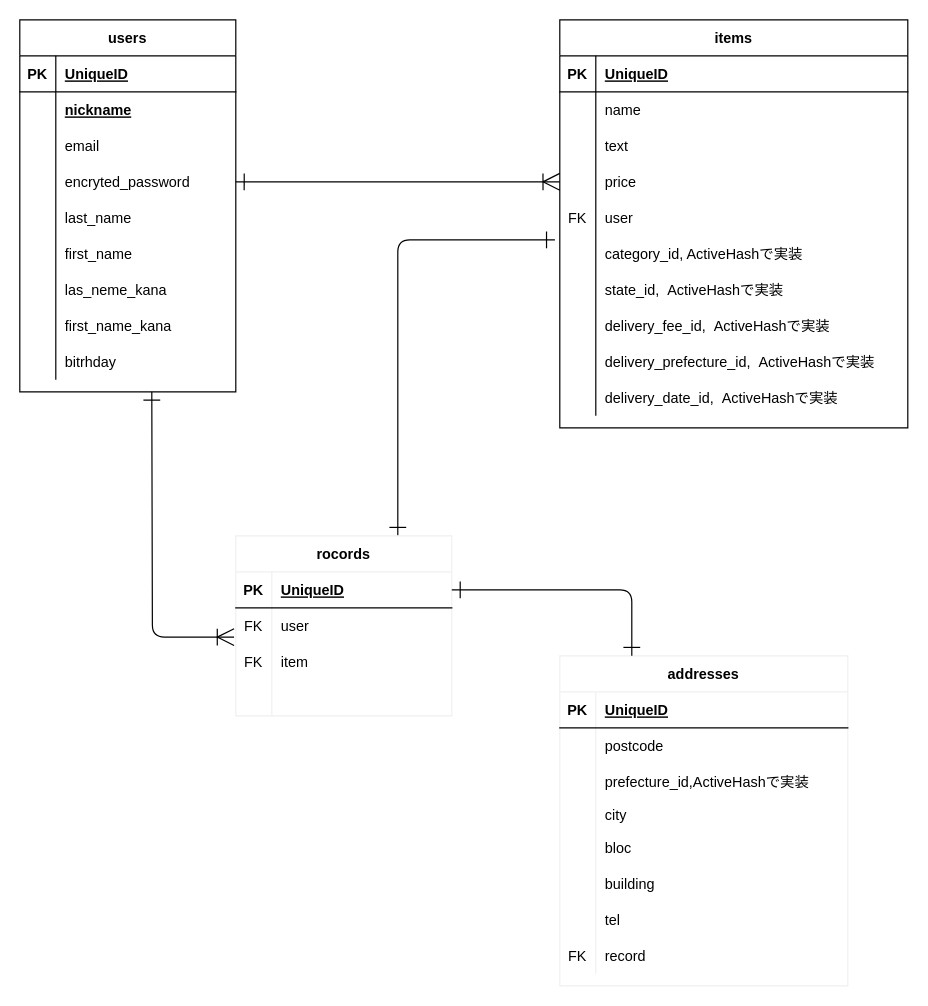
Earlier version of the draw.io diagram ER図.dio (teru-90/furima-33069). Source tidied: cells renumbered, new cells numbered last; positions are measured from the earlier drawing's top-left corner, leaving out a move shared by most shapes. Both pictures are drawn from the tidied source at 120%, with x=0, y=0 at pixel (19, 19).
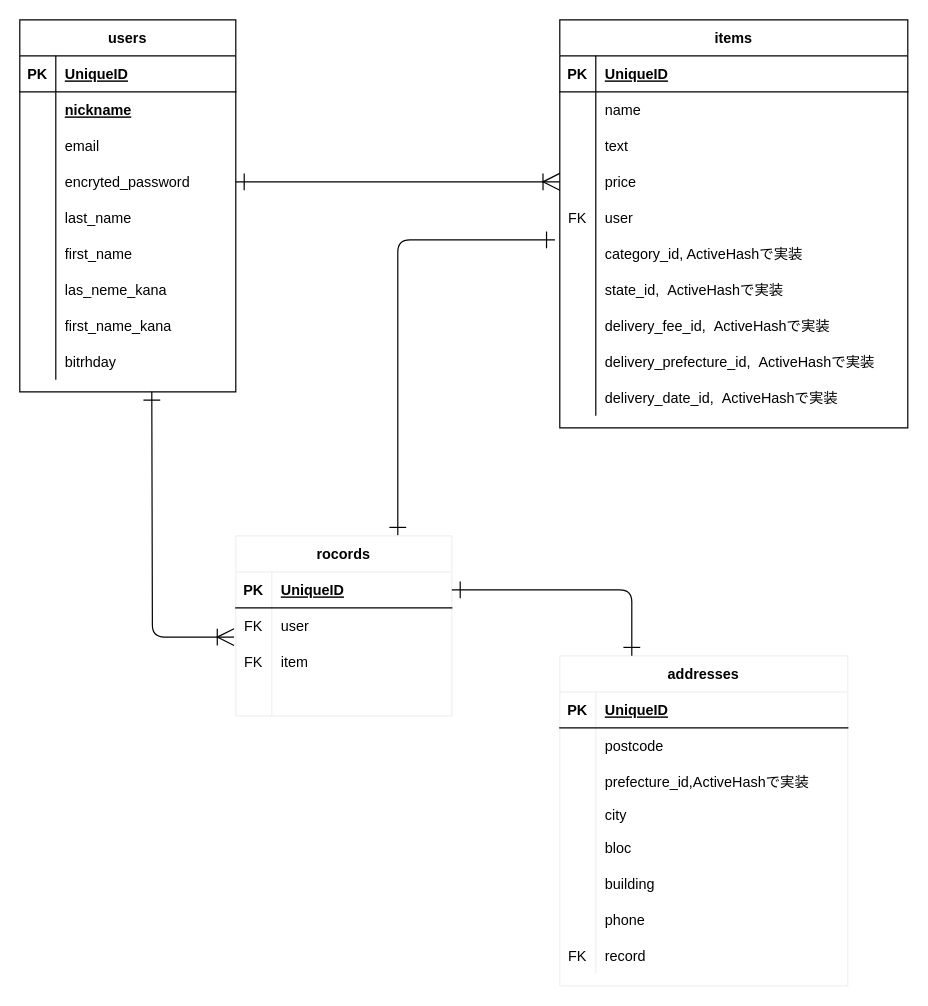
After the change.

The change refers to these unchanged cells:
```xml
<mxCell id="95" style="shape=partialRectangle;fillColor=none;top=0;left=0;bottom=0;right=0;" parent="76" vertex="1">
  <mxGeometry y="205" width="240" height="30" as="geometry" />
</mxCell>
```

The edit, as a diff of the source:
```diff
@@
-    <mxCell id="97" value="tel" style="shape=partialRectangle;fillColor=none;top=0;left=0;bottom=0;right=0;align=left;spacingLeft=6;overflow=hidden;" parent="95" vertex="1">
+    <mxCell id="97" value="phone" style="shape=partialRectangle;fillColor=none;top=0;left=0;bottom=0;right=0;align=left;spacingLeft=6;overflow=hidden;" parent="95" vertex="1">
       <mxGeometry x="30" width="210" height="30" as="geometry" />
     </mxCell>
```
